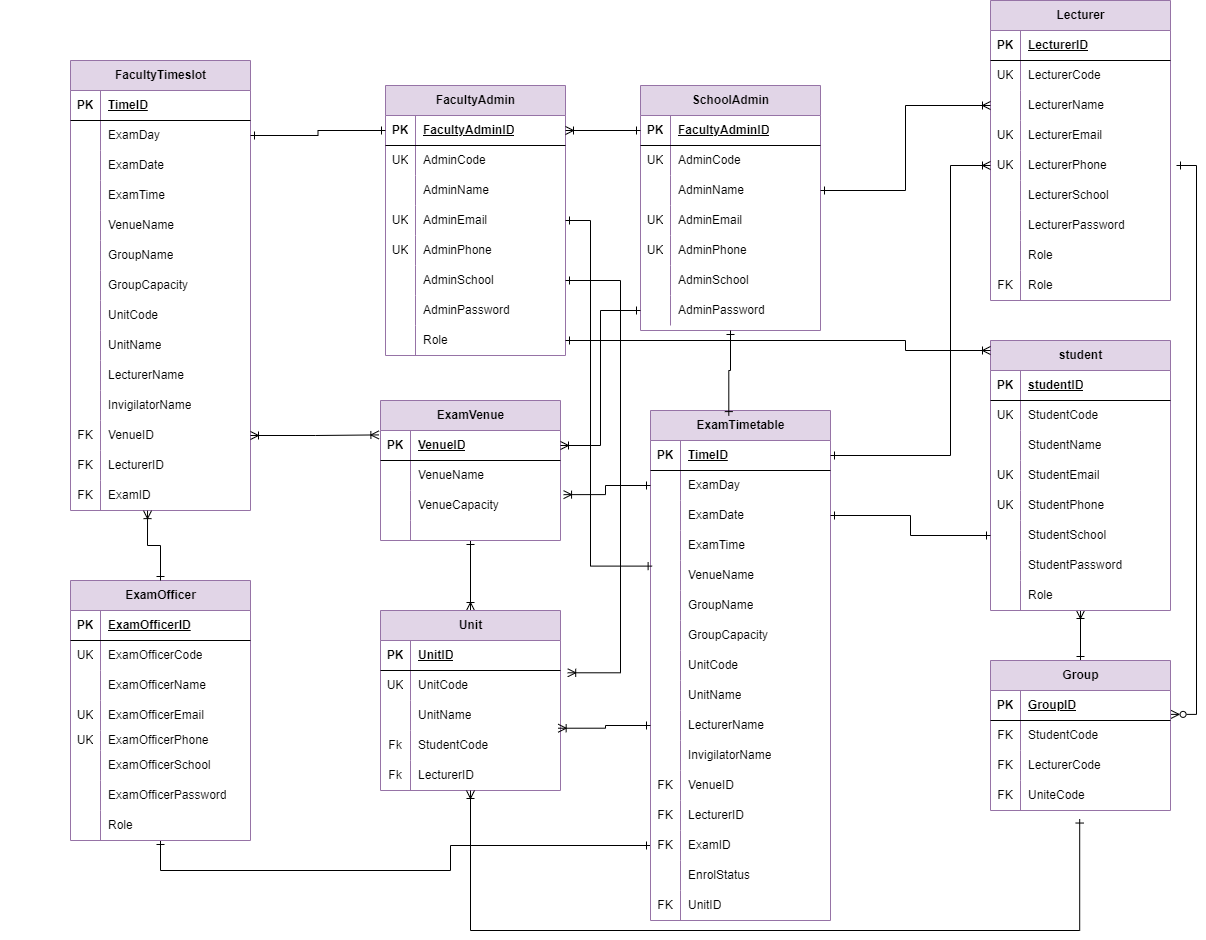
This is diagrams/ERD.png from Kathembotsong/Strath_Exam_Schedule, a draw.io export, as it was before one commit. Source tidied: cells renumbered, new cells last; positions are measured from the earlier drawing's top-left corner, leaving out a move shared by most shapes.
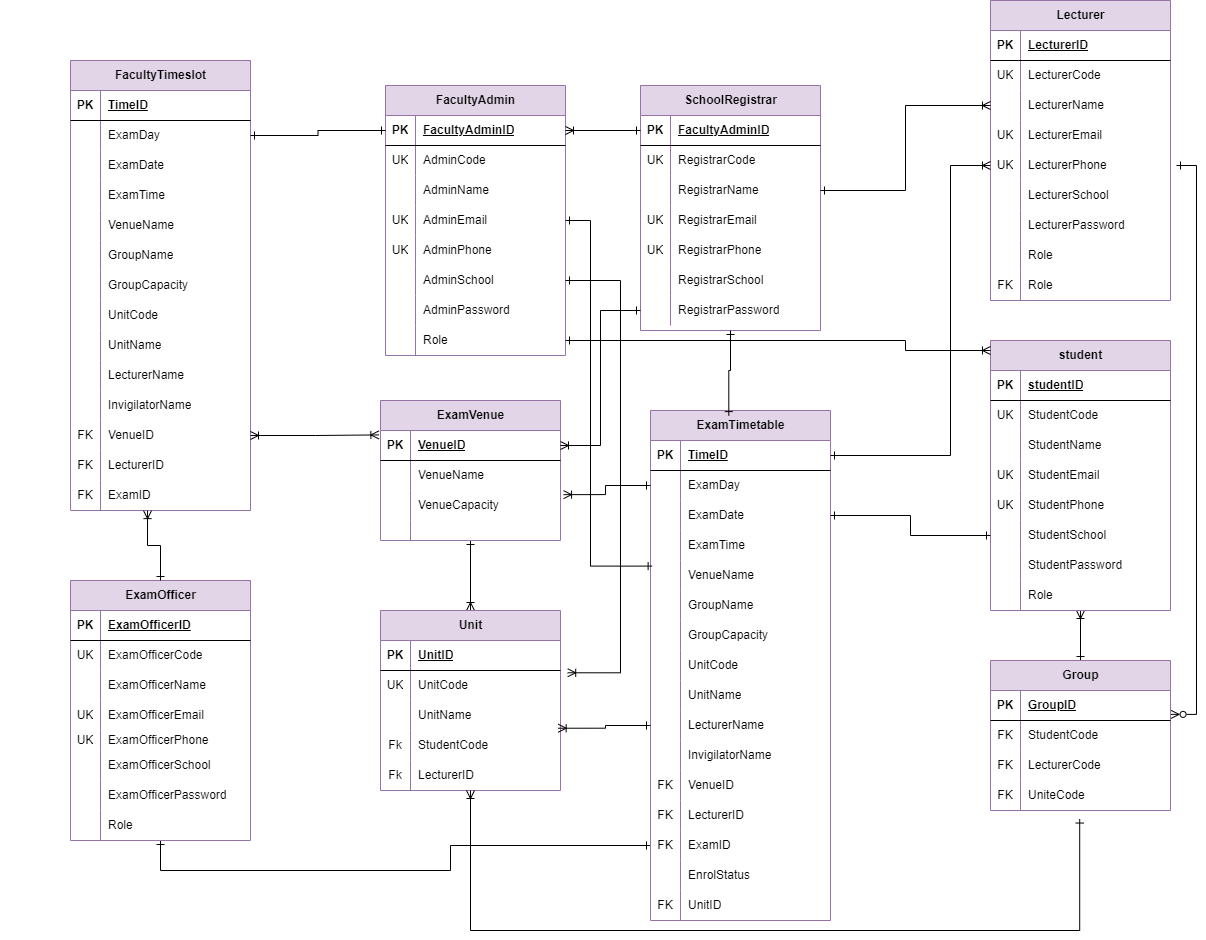
Later version of the same file.

Change to the diagram source:
```diff
@@ -562,7 +562,7 @@
         </Array>
       </mxGeometry>
     </mxCell>
-    <mxCell id="185" value="SchoolAdmin" style="shape=table;startSize=30;rowLines=0;fontStyle=1;align=center;html=1;fillColor=#e1d5e7;strokeColor=#9673a6;" parent="1" vertex="1">
+    <mxCell id="185" value="SchoolRegistrar" style="shape=table;startSize=30;rowLines=0;fontStyle=1;align=center;html=1;fillColor=#e1d5e7;strokeColor=#9673a6;" parent="1" vertex="1">
       <mxGeometry x="640" y="85" width="180" height="245" as="geometry" />
     </mxCell>
     <mxCell id="186" style="shape=tableRow;horizontal=0;startSize=0;swimlaneHead=0;swimlaneBody=0;fillColor=none;points=[[0,0.5],[1,0.5]];portConstraint=eastwest;top=0;left=0;right=0;bottom=1;" parent="185" vertex="1">
@@ -580,7 +580,7 @@
     <mxCell id="190" value="UK" style="shape=partialRectangle;fillColor=none;top=0;left=0;bottom=0;right=0;overflow=hidden;whiteSpace=wrap;html=1;" parent="189" vertex="1">
       <mxGeometry width="30" height="30" as="geometry" />
     </mxCell>
-    <mxCell id="191" value="AdminCode" style="shape=partialRectangle;fillColor=none;top=0;left=0;bottom=0;right=0;align=left;spacingLeft=6;overflow=hidden;whiteSpace=wrap;html=1;" parent="189" vertex="1">
+    <mxCell id="191" value="RegistrarCode" style="shape=partialRectangle;fillColor=none;top=0;left=0;bottom=0;right=0;align=left;spacingLeft=6;overflow=hidden;whiteSpace=wrap;html=1;" parent="189" vertex="1">
       <mxGeometry x="30" width="150" height="30" as="geometry" />
     </mxCell>
     <mxCell id="192" style="shape=tableRow;horizontal=0;startSize=0;swimlaneHead=0;swimlaneBody=0;fillColor=none;points=[[0,0.5],[1,0.5]];portConstraint=eastwest;top=0;left=0;right=0;bottom=0;" parent="185" vertex="1">
@@ -589,7 +589,7 @@
     <mxCell id="193" style="shape=partialRectangle;fillColor=none;top=0;left=0;bottom=0;right=0;overflow=hidden;whiteSpace=wrap;html=1;" parent="192" vertex="1">
       <mxGeometry width="30" height="30" as="geometry" />
     </mxCell>
-    <mxCell id="194" value="AdminName" style="shape=partialRectangle;fillColor=none;top=0;left=0;bottom=0;right=0;align=left;spacingLeft=6;overflow=hidden;whiteSpace=wrap;html=1;" parent="192" vertex="1">
+    <mxCell id="194" value="RegistrarName" style="shape=partialRectangle;fillColor=none;top=0;left=0;bottom=0;right=0;align=left;spacingLeft=6;overflow=hidden;whiteSpace=wrap;html=1;" parent="192" vertex="1">
       <mxGeometry x="30" width="150" height="30" as="geometry" />
     </mxCell>
     <mxCell id="195" style="shape=tableRow;horizontal=0;startSize=0;swimlaneHead=0;swimlaneBody=0;fillColor=none;top=0;left=0;right=0;bottom=0;" parent="185" vertex="1">
@@ -598,7 +598,7 @@
     <mxCell id="196" value="UK" style="shape=partialRectangle;fillColor=none;top=0;left=0;bottom=0;right=0;overflow=hidden;whiteSpace=wrap;html=1;" parent="195" vertex="1">
       <mxGeometry width="30" height="30" as="geometry" />
     </mxCell>
-    <mxCell id="197" value="AdminEmail" style="shape=partialRectangle;fillColor=none;top=0;left=0;bottom=0;right=0;align=left;spacingLeft=6;overflow=hidden;whiteSpace=wrap;html=1;" parent="195" vertex="1">
+    <mxCell id="197" value="RegistrarEmail" style="shape=partialRectangle;fillColor=none;top=0;left=0;bottom=0;right=0;align=left;spacingLeft=6;overflow=hidden;whiteSpace=wrap;html=1;" parent="195" vertex="1">
       <mxGeometry x="30" width="150" height="30" as="geometry" />
     </mxCell>
     <mxCell id="198" style="shape=tableRow;horizontal=0;startSize=0;swimlaneHead=0;swimlaneBody=0;fillColor=none;top=0;left=0;right=0;bottom=0;" parent="185" vertex="1">
@@ -607,7 +607,7 @@
     <mxCell id="199" value="UK" style="shape=partialRectangle;fillColor=none;top=0;left=0;bottom=0;right=0;overflow=hidden;whiteSpace=wrap;html=1;" parent="198" vertex="1">
       <mxGeometry width="30" height="30" as="geometry" />
     </mxCell>
-    <mxCell id="200" value="AdminPhone" style="shape=partialRectangle;fillColor=none;top=0;left=0;bottom=0;right=0;align=left;spacingLeft=6;overflow=hidden;whiteSpace=wrap;html=1;" parent="198" vertex="1">
+    <mxCell id="200" value="RegistrarPhone" style="shape=partialRectangle;fillColor=none;top=0;left=0;bottom=0;right=0;align=left;spacingLeft=6;overflow=hidden;whiteSpace=wrap;html=1;" parent="198" vertex="1">
       <mxGeometry x="30" width="150" height="30" as="geometry" />
     </mxCell>
     <mxCell id="201" style="shape=tableRow;horizontal=0;startSize=0;swimlaneHead=0;swimlaneBody=0;fillColor=none;top=0;left=0;right=0;bottom=0;" parent="185" vertex="1">
@@ -616,7 +616,7 @@
     <mxCell id="202" style="shape=partialRectangle;fillColor=none;top=0;left=0;bottom=0;right=0;overflow=hidden;whiteSpace=wrap;html=1;" parent="201" vertex="1">
       <mxGeometry width="30" height="30" as="geometry" />
     </mxCell>
-    <mxCell id="203" value="AdminSchool" style="shape=partialRectangle;fillColor=none;top=0;left=0;bottom=0;right=0;align=left;spacingLeft=6;overflow=hidden;whiteSpace=wrap;html=1;" parent="201" vertex="1">
+    <mxCell id="203" value="RegistrarSchool" style="shape=partialRectangle;fillColor=none;top=0;left=0;bottom=0;right=0;align=left;spacingLeft=6;overflow=hidden;whiteSpace=wrap;html=1;" parent="201" vertex="1">
       <mxGeometry x="30" width="150" height="30" as="geometry" />
     </mxCell>
     <mxCell id="204" style="shape=tableRow;horizontal=0;startSize=0;swimlaneHead=0;swimlaneBody=0;fillColor=none;points=[[0,0.5],[1,0.5]];portConstraint=eastwest;top=0;left=0;right=0;bottom=0;" parent="185" vertex="1">
@@ -625,7 +625,7 @@
     <mxCell id="205" style="shape=partialRectangle;fillColor=none;top=0;left=0;bottom=0;right=0;overflow=hidden;whiteSpace=wrap;html=1;" parent="204" vertex="1">
       <mxGeometry width="30" height="30" as="geometry" />
     </mxCell>
-    <mxCell id="206" value="AdminPassword" style="shape=partialRectangle;fillColor=none;top=0;left=0;bottom=0;right=0;align=left;spacingLeft=6;overflow=hidden;whiteSpace=wrap;html=1;" parent="204" vertex="1">
+    <mxCell id="206" value="RegistrarPassword" style="shape=partialRectangle;fillColor=none;top=0;left=0;bottom=0;right=0;align=left;spacingLeft=6;overflow=hidden;whiteSpace=wrap;html=1;" parent="204" vertex="1">
       <mxGeometry x="30" width="150" height="30" as="geometry" />
     </mxCell>
     <mxCell id="207" value="ExamTimetable" style="shape=table;startSize=30;rowLines=0;fontStyle=1;align=center;html=1;fillColor=#e1d5e7;strokeColor=#9673a6;" parent="1" vertex="1">
```
